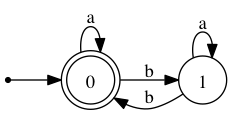
This is exemples/automate_D_ex1.png from PjPatSy/Pj205, a Graphviz export, as it was before one commit. Its source is kept beside it as exemples/automate_D_ex1.gv. Its diagram source:
```dot
digraph finite_state_machine {
	rankdir=LR;
	size="10,10"

	node [shape = doublecircle]; 0 ;
	node [shape = point ]; q;
	node [shape = circle];

	q -> 0;
	0 -> 0 [label = "a"];
	0 -> 1 [label = "b"];
	1 -> 1 [label = "a"];
	1 -> 0 [label = "b"];


}
```
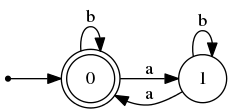
The same file after the commit.

Change to the diagram source:
```diff
@@ -6,11 +6,10 @@
 	node [shape = point ]; q;
 	node [shape = circle];
 
-	q -> 0;
-	0 -> 0 [label = "a"];
-	0 -> 1 [label = "b"];
-	1 -> 1 [label = "a"];
-	1 -> 0 [label = "b"];
-
+	q -> 0
+	0 -> 1 [label = "a"];
+	0 -> 0 [label = "b"];
+	1 -> 0 [label = "a"];
+	1 -> 1 [label = "b"];
 
 }
```
